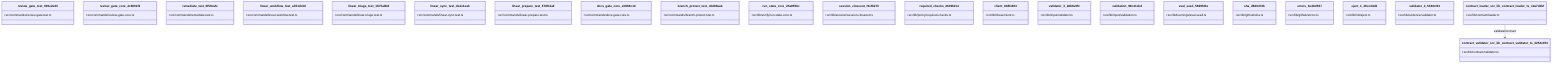
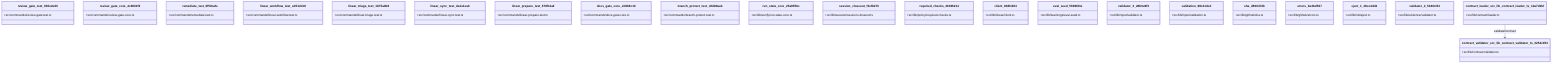
classDiagram
  class review_gate_test_000e2ed6 {
    +src/commands/review-gate.test.ts
  }
  class review_gate_core_4c8001f9 {
    +src/commands/review-gate-core.ts
  }
  class remediate_test_6f59cafe {
    +src/commands/remediate.test.ts
  }
  class linear_workflow_test_a351dcb0 {
    +src/commands/linear-workflow.test.ts
  }
  class linear_triage_test_1b75a8b8 {
    +src/commands/linear-triage.test.ts
  }
  class linear_sync_test_da1e1eab {
    +src/commands/linear-sync.test.ts
  }
  class linear_prepare_test_678f11a9 {
    +src/commands/linear-prepare.test.ts
  }
  class docs_gate_core_eb9b6c18 {
    +src/commands/docs-gate-core.ts
  }
  class branch_protect_test_c8d80aab {
    +src/commands/branch-protect.test.ts
  }
  class run_state_core_25a955bc {
    +src/lib/verify/run-state-core.ts
  }
  class session_closeout_f3efb270 {
    +src/lib/session/session-closeout.ts
  }
  class required_checks_46396214 {
    +src/lib/policy/required-checks.ts
  }
  class client_948fe603 {
    +src/lib/linear/client.ts
  }
+   class eval_seed_5699fd3e {
+     +src/lib/learnings/eval-seed.ts
+   }
  class validator_3_28b6e9f3 {
    +src/lib/input/validator.ts
  }
  class validation_98c41dcd {
    +src/lib/input/validation.ts
-   }
-   class eval_seed_5699fd3e {
-     +src/lib/learnings/eval-seed.ts
  }
  class sha_d600474b {
    +src/lib/github/sha.ts
  }
  class errors_be4bd567 {
    +src/lib/github/errors.ts
  }
  class eject_1_d0ecd4d1 {
    +src/lib/init/eject.ts
  }
  class validator_4_5180cf23 {
    +src/lib/evidence/validator.ts
  }
  class contract_loader_src_lib_contract_loader_ts_12a7d1bf {
    +src/lib/contract/loader.ts
  }
  class contract_validator_src_lib_contract_validator_ts_3254c053 {
    +src/lib/contract/validator.ts
  }
  contract_loader_src_lib_contract_loader_ts_12a7d1bf --> contract_validator_src_lib_contract_validator_ts_3254c053 : validateContract
